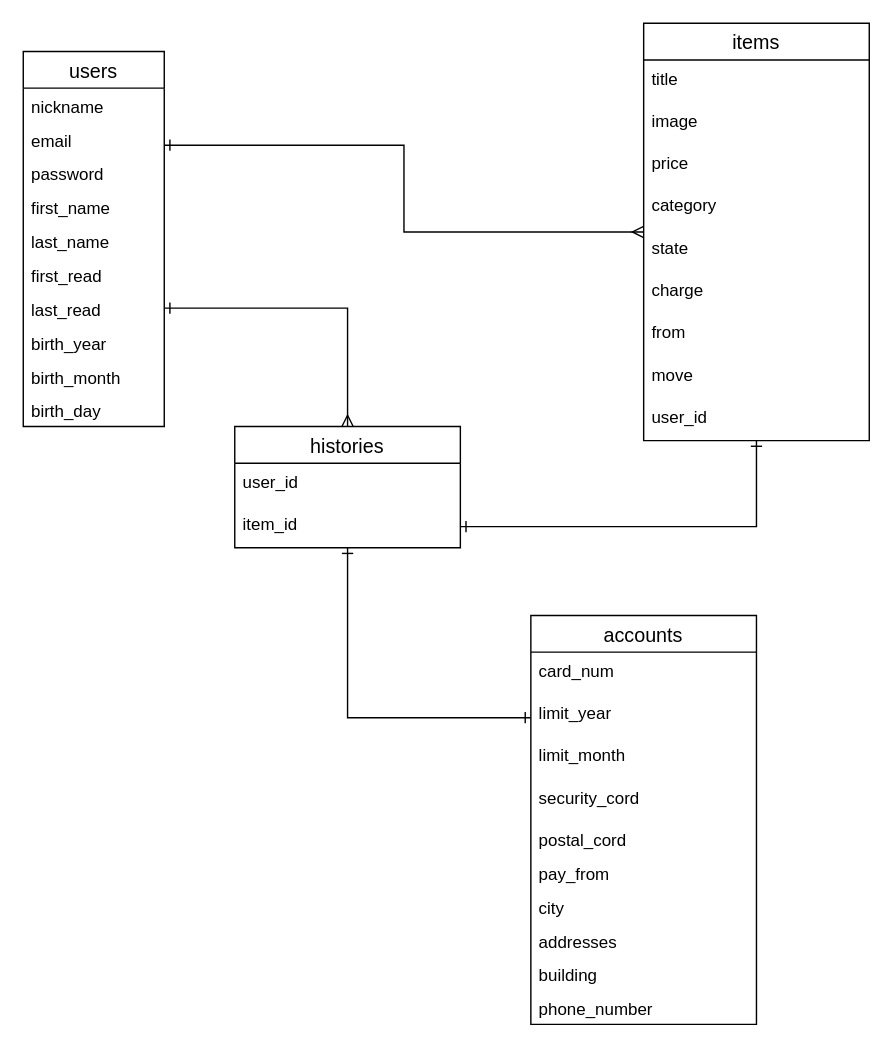
kawabegenki/furima-35218 keeps this draw.io diagram as furima.dio. Above is the earlier version. Source tidied: cells renumbered, new cells numbered last; positions are measured from the earlier drawing's top-left corner, leaving out a move shared by most shapes. Both pictures are drawn from the tidied source at 141%, with x=0, y=0 at pixel (23, 23).
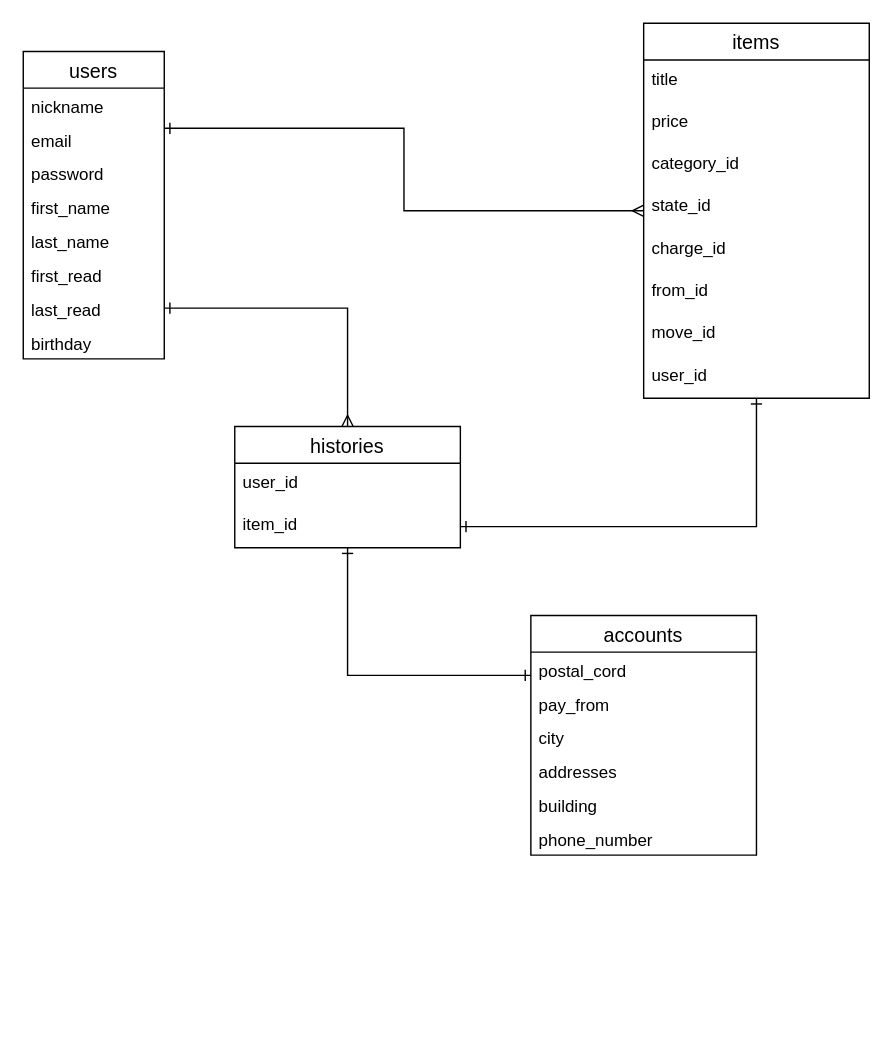
Above is the later version.

Commit message (it also covers changes not shown here):
issue10まで改訂完了

What changed in the source:
```diff
@@
     <mxCell id="3" value="users" style="swimlane;fontStyle=0;horizontal=1;startSize=26;align=center;fontSize=14;" parent="1" vertex="1">
-      <mxGeometry y="20" width="100" height="266" as="geometry" />
+      <mxGeometry y="20" width="100" height="218" as="geometry" />
     </mxCell>
@@
-    <mxCell id="11" value="birth_year" style="text;strokeColor=none;fillColor=none;spacingLeft=4;spacingRight=4;overflow=hidden;fontSize=12;" parent="3" vertex="1">
-      <mxGeometry y="194" width="100" height="24" as="geometry" />
-    </mxCell>
-    <mxCell id="12" value="birth_month" style="text;strokeColor=none;fillColor=none;spacingLeft=4;spacingRight=4;overflow=hidden;fontSize=12;" parent="3" vertex="1">
-      <mxGeometry y="218" width="100" height="24" as="geometry" />
-    </mxCell>
-    <mxCell id="13" value="birth_day" style="text;strokeColor=none;fillColor=none;spacingLeft=4;spacingRight=4;overflow=hidden;fontSize=12;" parent="3" vertex="1">
-      <mxGeometry y="242" width="100" height="24" as="geometry" />
+    <mxCell id="13" value="birthday" style="text;strokeColor=none;fillColor=none;spacingLeft=4;spacingRight=4;overflow=hidden;fontSize=12;" parent="3" vertex="1">
+      <mxGeometry y="194" width="100" height="24" as="geometry" />
     </mxCell>
     <mxCell id="14" value="items" style="swimlane;fontStyle=0;horizontal=1;startSize=26;align=center;fontSize=14;" parent="1" vertex="1">
-      <mxGeometry x="440" width="160" height="296" as="geometry" />
+      <mxGeometry x="440" width="160" height="266" as="geometry" />
     </mxCell>
@@
-    <mxCell id="16" value="image" style="text;strokeColor=none;fillColor=none;spacingLeft=4;spacingRight=4;overflow=hidden;fontSize=12;" parent="14" vertex="1">
-      <mxGeometry y="56" width="160" height="30" as="geometry" />
-    </mxCell>
     <mxCell id="17" value="price" style="text;strokeColor=none;fillColor=none;spacingLeft=4;spacingRight=4;overflow=hidden;fontSize=12;" parent="14" vertex="1">
-      <mxGeometry y="86" width="160" height="30" as="geometry" />
+      <mxGeometry y="56" width="160" height="30" as="geometry" />
     </mxCell>
-    <mxCell id="18" value="category" style="text;strokeColor=none;fillColor=none;spacingLeft=4;spacingRight=4;overflow=hidden;fontSize=12;" parent="14" vertex="1">
-      <mxGeometry y="116" width="160" height="30" as="geometry" />
+    <mxCell id="18" value="category_id" style="text;strokeColor=none;fillColor=none;spacingLeft=4;spacingRight=4;overflow=hidden;fontSize=12;" parent="14" vertex="1">
+      <mxGeometry y="86" width="160" height="30" as="geometry" />
     </mxCell>
-    <mxCell id="19" value="state" style="text;strokeColor=none;fillColor=none;spacingLeft=4;spacingRight=4;overflow=hidden;fontSize=12;" parent="14" vertex="1">
-      <mxGeometry y="146" width="160" height="30" as="geometry" />
+    <mxCell id="19" value="state_id" style="text;strokeColor=none;fillColor=none;spacingLeft=4;spacingRight=4;overflow=hidden;fontSize=12;" parent="14" vertex="1">
+      <mxGeometry y="116" width="160" height="30" as="geometry" />
     </mxCell>
-    <mxCell id="20" value="charge" style="text;strokeColor=none;fillColor=none;spacingLeft=4;spacingRight=4;overflow=hidden;fontSize=12;" parent="14" vertex="1">
-      <mxGeometry y="176" width="160" height="30" as="geometry" />
+    <mxCell id="20" value="charge_id" style="text;strokeColor=none;fillColor=none;spacingLeft=4;spacingRight=4;overflow=hidden;fontSize=12;" parent="14" vertex="1">
+      <mxGeometry y="146" width="160" height="30" as="geometry" />
     </mxCell>
-    <mxCell id="21" value="from" style="text;strokeColor=none;fillColor=none;spacingLeft=4;spacingRight=4;overflow=hidden;fontSize=12;" parent="14" vertex="1">
-      <mxGeometry y="206" width="160" height="30" as="geometry" />
+    <mxCell id="21" value="from_id" style="text;strokeColor=none;fillColor=none;spacingLeft=4;spacingRight=4;overflow=hidden;fontSize=12;" parent="14" vertex="1">
+      <mxGeometry y="176" width="160" height="30" as="geometry" />
     </mxCell>
-    <mxCell id="22" value="move" style="text;strokeColor=none;fillColor=none;spacingLeft=4;spacingRight=4;overflow=hidden;fontSize=12;" parent="14" vertex="1">
-      <mxGeometry y="236" width="160" height="30" as="geometry" />
+    <mxCell id="22" value="move_id" style="text;strokeColor=none;fillColor=none;spacingLeft=4;spacingRight=4;overflow=hidden;fontSize=12;" parent="14" vertex="1">
+      <mxGeometry y="206" width="160" height="30" as="geometry" />
     </mxCell>
     <mxCell id="23" value="user_id&#10;" style="text;strokeColor=none;fillColor=none;spacingLeft=4;spacingRight=4;overflow=hidden;fontSize=12;" parent="14" vertex="1">
-      <mxGeometry y="266" width="160" height="30" as="geometry" />
+      <mxGeometry y="236" width="160" height="30" as="geometry" />
     </mxCell>
@@
     <mxCell id="29" value="accounts" style="swimlane;fontStyle=0;horizontal=1;startSize=26;align=center;fontSize=14;" parent="1" vertex="1">
-      <mxGeometry x="360" y="420" width="160" height="290" as="geometry" />
+      <mxGeometry x="360" y="420" width="160" height="170" as="geometry" />
     </mxCell>
-    <mxCell id="30" value="card_num" style="text;strokeColor=none;fillColor=none;spacingLeft=4;spacingRight=4;overflow=hidden;fontSize=12;" parent="29" vertex="1">
-      <mxGeometry y="26" width="160" height="30" as="geometry" />
-    </mxCell>
-    <mxCell id="31" value="limit_year" style="text;strokeColor=none;fillColor=none;spacingLeft=4;spacingRight=4;overflow=hidden;fontSize=12;" parent="29" vertex="1">
-      <mxGeometry y="56" width="160" height="30" as="geometry" />
-    </mxCell>
-    <mxCell id="32" value="limit_month" style="text;strokeColor=none;fillColor=none;spacingLeft=4;spacingRight=4;overflow=hidden;fontSize=12;" parent="29" vertex="1">
-      <mxGeometry y="86" width="160" height="30" as="geometry" />
-    </mxCell>
-    <mxCell id="33" value="security_cord&#10;&#10;" style="text;strokeColor=none;fillColor=none;spacingLeft=4;spacingRight=4;overflow=hidden;fontSize=12;verticalAlign=top;" parent="29" vertex="1">
-      <mxGeometry y="116" width="160" height="30" as="geometry" />
-    </mxCell>
     <mxCell id="34" value="postal_cord" style="text;strokeColor=none;fillColor=none;spacingLeft=4;spacingRight=4;overflow=hidden;fontSize=12;" parent="29" vertex="1">
-      <mxGeometry y="146" width="160" height="24" as="geometry" />
+      <mxGeometry y="26" width="160" height="24" as="geometry" />
     </mxCell>
     <mxCell id="35" value="pay_from" style="text;strokeColor=none;fillColor=none;spacingLeft=4;spacingRight=4;overflow=hidden;fontSize=12;" parent="29" vertex="1">
-      <mxGeometry y="170" width="160" height="24" as="geometry" />
+      <mxGeometry y="50" width="160" height="24" as="geometry" />
     </mxCell>
     <mxCell id="36" value="city" style="text;strokeColor=none;fillColor=none;spacingLeft=4;spacingRight=4;overflow=hidden;fontSize=12;" parent="29" vertex="1">
-      <mxGeometry y="194" width="160" height="24" as="geometry" />
+      <mxGeometry y="74" width="160" height="24" as="geometry" />
     </mxCell>
     <mxCell id="37" value="addresses" style="text;strokeColor=none;fillColor=none;spacingLeft=4;spacingRight=4;overflow=hidden;fontSize=12;" parent="29" vertex="1">
-      <mxGeometry y="218" width="160" height="24" as="geometry" />
+      <mxGeometry y="98" width="160" height="24" as="geometry" />
     </mxCell>
     <mxCell id="38" value="building" style="text;strokeColor=none;fillColor=none;spacingLeft=4;spacingRight=4;overflow=hidden;fontSize=12;" parent="29" vertex="1">
-      <mxGeometry y="242" width="160" height="24" as="geometry" />
+      <mxGeometry y="122" width="160" height="24" as="geometry" />
     </mxCell>
     <mxCell id="39" value="phone_number" style="text;strokeColor=none;fillColor=none;spacingLeft=4;spacingRight=4;overflow=hidden;fontSize=12;" parent="29" vertex="1">
-      <mxGeometry y="266" width="160" height="24" as="geometry" />
+      <mxGeometry y="146" width="160" height="24" as="geometry" />
     </mxCell>
```
